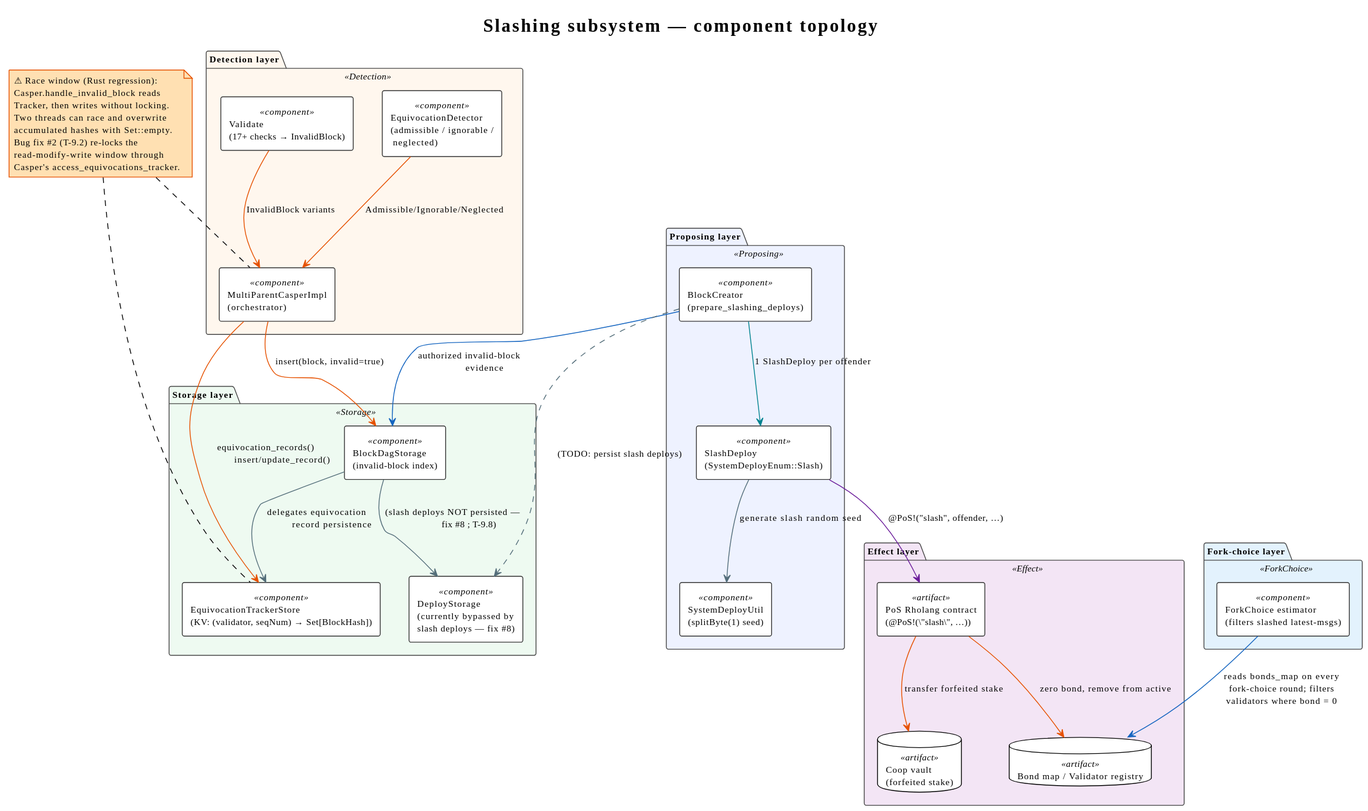
Earlier version of the PlantUML export docs/theory/slashing/diagrams/01-component-overview.svg (F1R3FLY-io/f1r3node-rust).
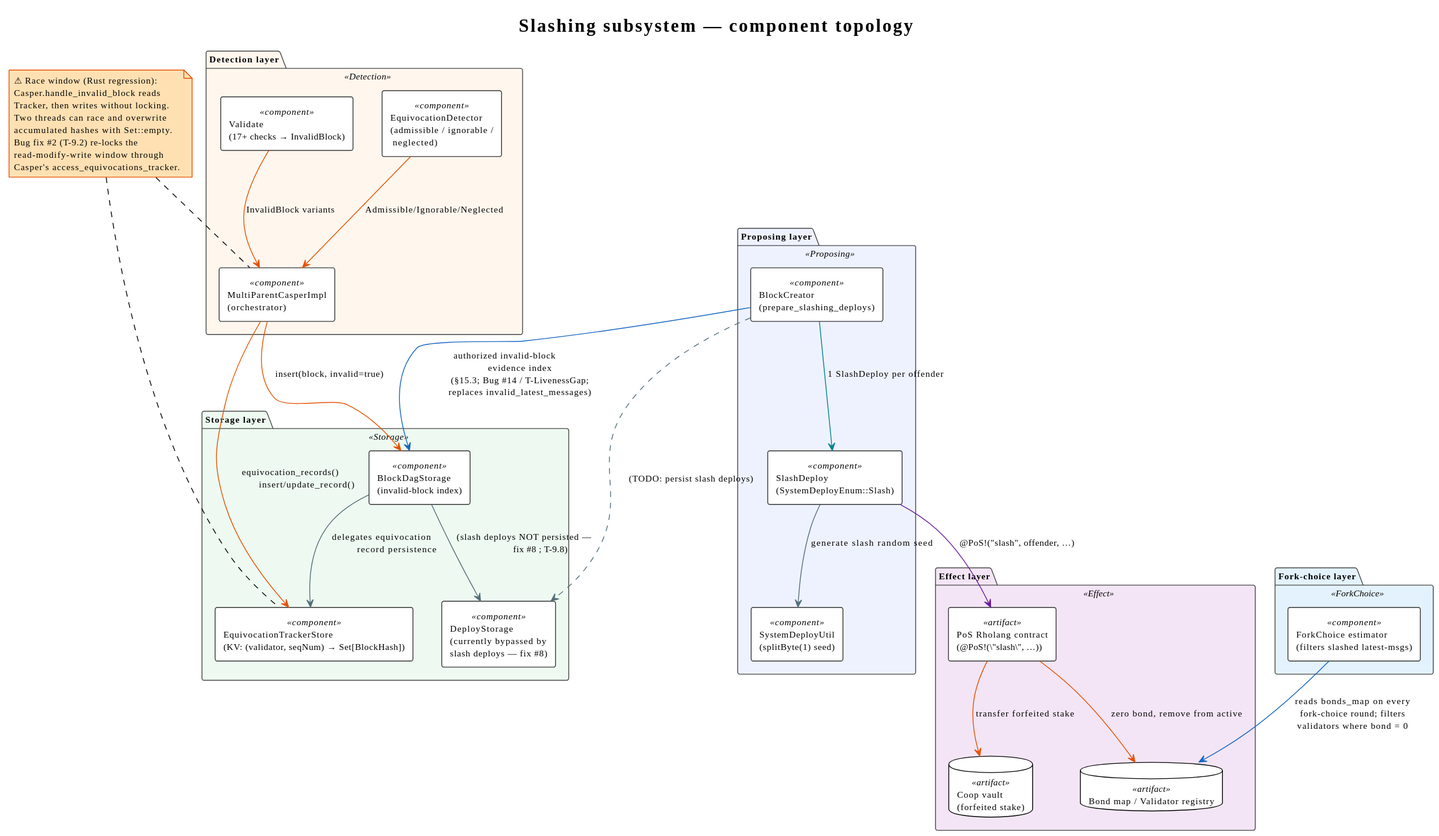
After the change.

What changed in the source:
```diff
@@ -73,7 +73,7 @@
 DagStore  -[#546E7A]down-> Tracker    : delegates equivocation\n             record persistence
 DagStore  -[#546E7A]down-> DeployStore : (slash deploys NOT persisted —\n              fix #8 ; T-9.8)
 
-Creator     -[#1565C0]-> DagStore     : authorized invalid-block\n             evidence
+Creator     -[#1565C0]-> DagStore     : authorized invalid-block\n             evidence index\n             (§15.3; Bug #14 / T-LivenessGap;\n             replaces invalid_latest_messages)
 Creator     -[#00838F]-> SlashDep     : 1 SlashDeploy per offender
 SlashDep    -[#546E7A]-> SysDepUtil   : generate slash random seed
 Creator     -[#546E7A,dashed]-> DeployStore  : (TODO: persist slash deploys)
```
